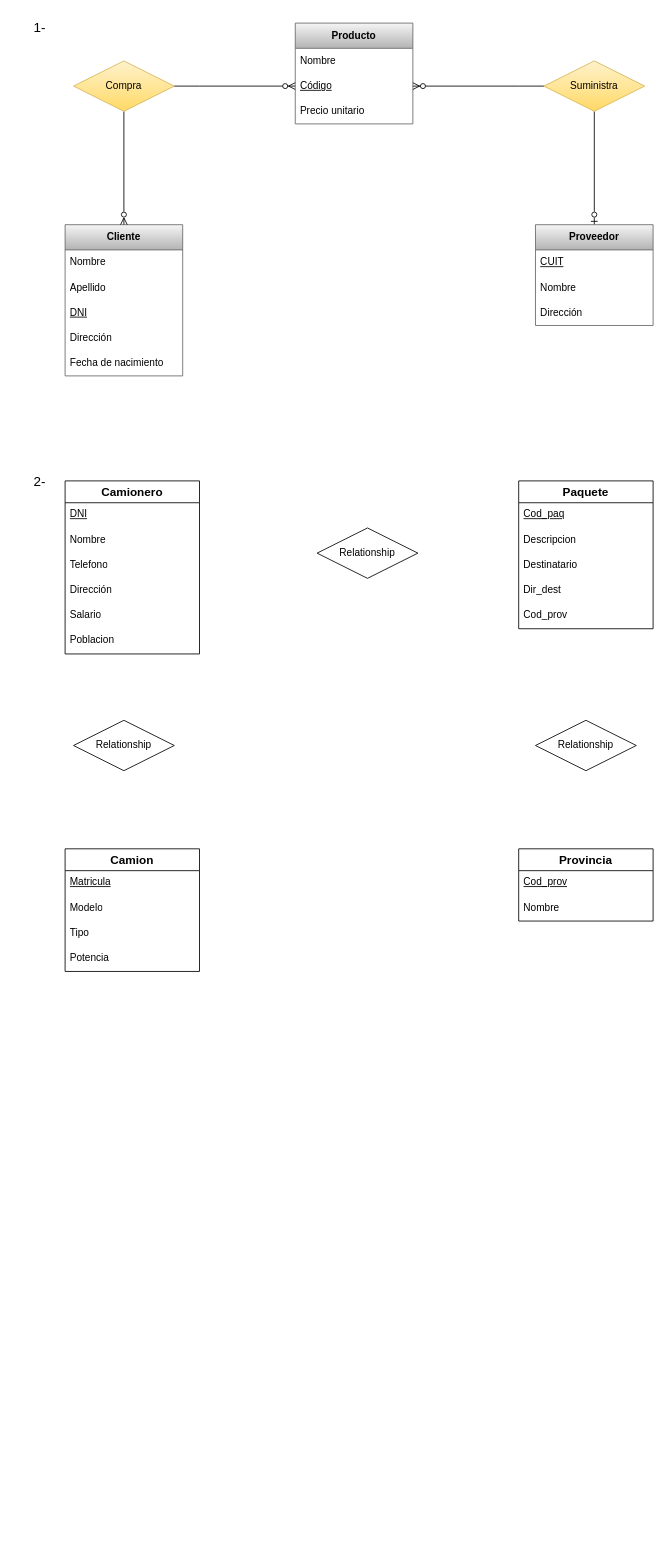
JuanPaBV/DyABasesDatos keeps this draw.io diagram as GuiaEjercicios2.drawio. Above is the earlier version. Source tidied: cells renumbered, new cells numbered last; positions are measured from the earlier drawing's top-left corner, leaving out a move shared by most shapes. Both pictures are drawn from the tidied source at 84%, with x=0, y=0 at pixel (14, 14).
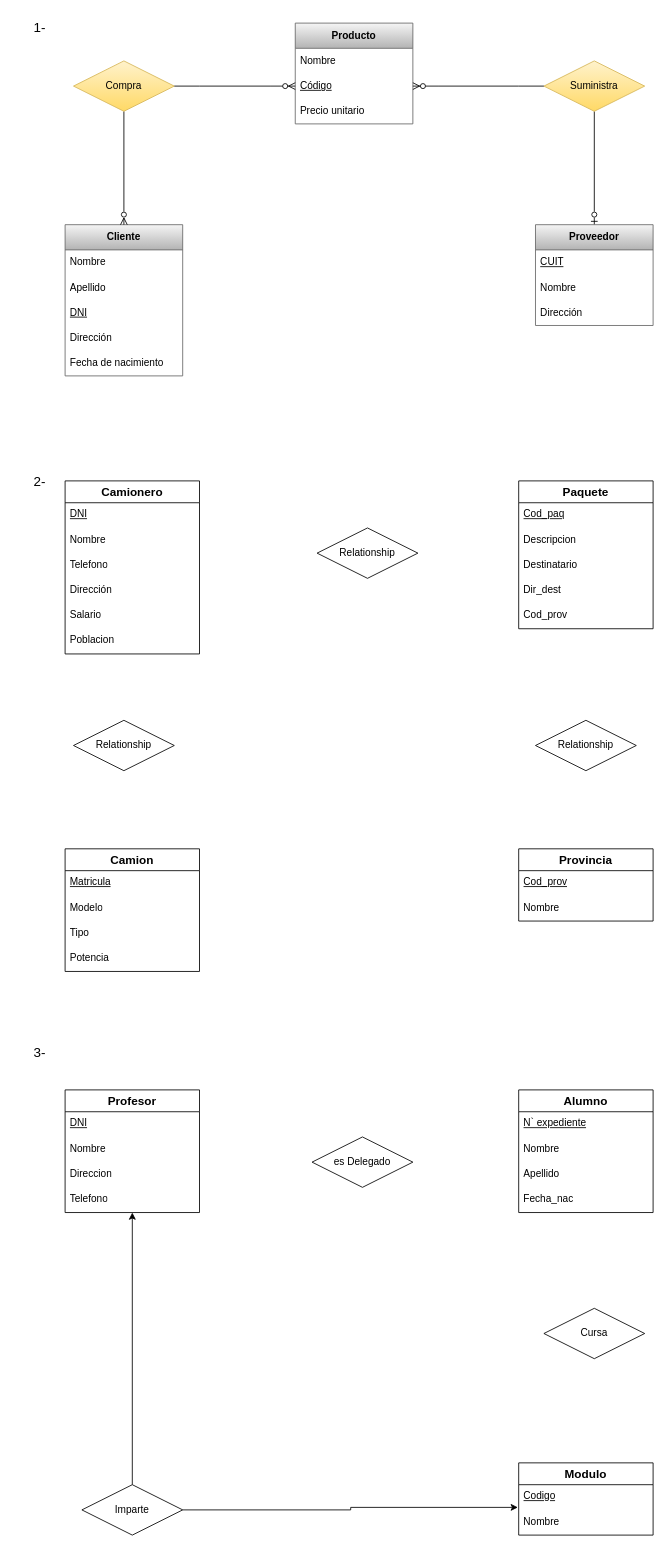
The same page after the edit.

What changed in the source:
```diff
@@
+    <mxCell id="48" value="&lt;font style=&quot;font-size: 16px;&quot;&gt;3-&lt;/font&gt;" style="text;html=1;align=center;verticalAlign=middle;whiteSpace=wrap;rounded=0;" parent="1" vertex="1">
+      <mxGeometry y="1220" width="60" height="30" as="geometry" />
+    </mxCell>
+    <mxCell id="49" value="Profesor" style="swimlane;fontStyle=1;horizontal=1;startSize=26;align=center;fontSize=14;" parent="1" vertex="1">
+      <mxGeometry x="60" y="1280" width="160" height="146" as="geometry" />
+    </mxCell>
+    <mxCell id="50" value="DNI" style="text;strokeColor=none;fillColor=none;spacingLeft=4;spacingRight=4;overflow=hidden;fontSize=12;whiteSpace=wrap;html=1;fontStyle=4;" parent="49" vertex="1">
+      <mxGeometry y="26" width="160" height="30" as="geometry" />
+    </mxCell>
+    <mxCell id="51" value="Nombre" style="text;strokeColor=none;fillColor=none;spacingLeft=4;spacingRight=4;overflow=hidden;fontSize=12;whiteSpace=wrap;html=1;" parent="49" vertex="1">
+      <mxGeometry y="56" width="160" height="30" as="geometry" />
+    </mxCell>
+    <mxCell id="52" value="Direccion" style="text;strokeColor=none;fillColor=none;spacingLeft=4;spacingRight=4;overflow=hidden;fontSize=12;whiteSpace=wrap;html=1;" parent="49" vertex="1">
+      <mxGeometry y="86" width="160" height="30" as="geometry" />
+    </mxCell>
+    <mxCell id="53" value="Telefono" style="text;strokeColor=none;fillColor=none;spacingLeft=4;spacingRight=4;overflow=hidden;fontSize=12;whiteSpace=wrap;html=1;" parent="49" vertex="1">
+      <mxGeometry y="116" width="160" height="30" as="geometry" />
+    </mxCell>
+    <mxCell id="54" value="Modulo" style="swimlane;fontStyle=1;horizontal=1;startSize=26;align=center;fontSize=14;" parent="1" vertex="1">
+      <mxGeometry x="600" y="1724" width="160" height="86" as="geometry" />
+    </mxCell>
+    <mxCell id="55" value="&lt;u&gt;Codigo&lt;/u&gt;" style="text;strokeColor=none;fillColor=none;spacingLeft=4;spacingRight=4;overflow=hidden;points=[[0,0.5],[1,0.5]];portConstraint=eastwest;fontSize=12;whiteSpace=wrap;html=1;" parent="54" vertex="1">
+      <mxGeometry y="26" width="160" height="30" as="geometry" />
+    </mxCell>
+    <mxCell id="56" value="Nombre" style="text;strokeColor=none;fillColor=none;spacingLeft=4;spacingRight=4;overflow=hidden;fontSize=12;whiteSpace=wrap;html=1;" parent="54" vertex="1">
+      <mxGeometry y="56" width="160" height="30" as="geometry" />
+    </mxCell>
+    <mxCell id="57" value="Alumno" style="swimlane;fontStyle=1;horizontal=1;startSize=26;align=center;fontSize=14;" parent="1" vertex="1">
+      <mxGeometry x="600" y="1280" width="160" height="146" as="geometry" />
+    </mxCell>
+    <mxCell id="58" value="N` expediente" style="text;strokeColor=none;fillColor=none;spacingLeft=4;spacingRight=4;overflow=hidden;fontSize=12;whiteSpace=wrap;html=1;fontStyle=4;" parent="57" vertex="1">
+      <mxGeometry y="26" width="160" height="30" as="geometry" />
+    </mxCell>
+    <mxCell id="59" value="Nombre" style="text;strokeColor=none;fillColor=none;spacingLeft=4;spacingRight=4;overflow=hidden;fontSize=12;whiteSpace=wrap;html=1;" parent="57" vertex="1">
+      <mxGeometry y="56" width="160" height="30" as="geometry" />
+    </mxCell>
+    <mxCell id="60" value="Apellido" style="text;strokeColor=none;fillColor=none;spacingLeft=4;spacingRight=4;overflow=hidden;fontSize=12;whiteSpace=wrap;html=1;" parent="57" vertex="1">
+      <mxGeometry y="86" width="160" height="30" as="geometry" />
+    </mxCell>
+    <mxCell id="61" value="Fecha_nac" style="text;strokeColor=none;fillColor=none;spacingLeft=4;spacingRight=4;overflow=hidden;fontSize=12;whiteSpace=wrap;html=1;" parent="57" vertex="1">
+      <mxGeometry y="116" width="160" height="30" as="geometry" />
+    </mxCell>
+    <mxCell id="62" value="es Delegado" style="shape=rhombus;perimeter=rhombusPerimeter;whiteSpace=wrap;html=1;align=center;" parent="1" vertex="1">
+      <mxGeometry x="354" y="1336" width="120" height="60" as="geometry" />
+    </mxCell>
+    <mxCell id="63" value="Cursa" style="shape=rhombus;perimeter=rhombusPerimeter;whiteSpace=wrap;html=1;align=center;" parent="1" vertex="1">
+      <mxGeometry x="630" y="1540" width="120" height="60" as="geometry" />
+    </mxCell>
+    <mxCell id="64" style="edgeStyle=orthogonalEdgeStyle;rounded=0;jettySize=auto;html=1;exitX=0.5;exitY=0;exitDx=0;exitDy=0;entryX=0.5;entryY=1;entryDx=0;entryDy=0;" parent="1" edge="1" source="65" target="49">
+      <mxGeometry relative="1" as="geometry" />
+    </mxCell>
+    <mxCell id="65" value="Imparte" style="shape=rhombus;perimeter=rhombusPerimeter;whiteSpace=wrap;html=1;align=center;" parent="1" vertex="1">
+      <mxGeometry x="80" y="1750" width="120" height="60" as="geometry" />
+    </mxCell>
+    <mxCell id="66" style="edgeStyle=orthogonalEdgeStyle;rounded=0;jettySize=auto;html=1;entryX=-0.006;entryY=0.9;entryDx=0;entryDy=0;entryPerimeter=0;" parent="1" edge="1" source="65" target="55">
+      <mxGeometry relative="1" as="geometry" />
+    </mxCell>
```
